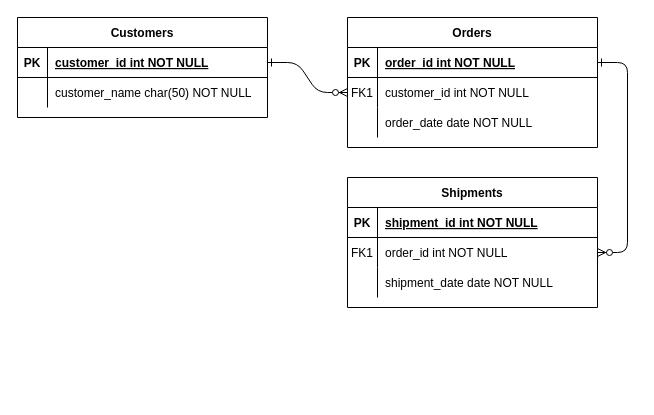
Earlier version of the draw.io diagram database.drawio (tori-ebi-tempura/lab-calendar). Source tidied: cells renumbered, new cells numbered last; positions are measured from the earlier drawing's top-left corner, leaving out a move shared by most shapes. Both pictures are drawn from the tidied source at 100%, with x=0, y=0 at pixel (17, 17).
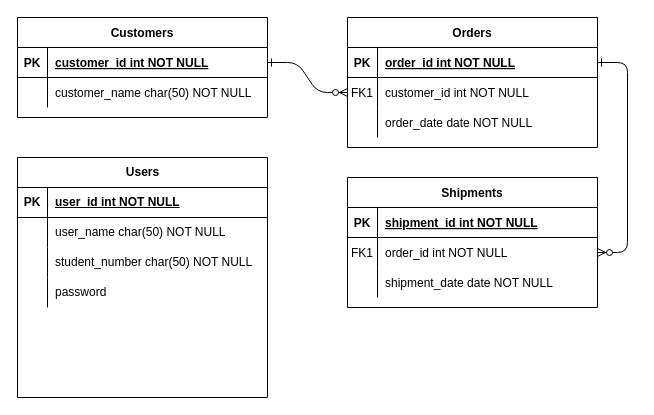
Above is the later version.

Commit message:
update: Usersテーブルの作成

The edit, as a diff of the source:
```diff
@@
+    <mxCell id="31" value="Users" style="shape=table;startSize=30;childLayout=tableLayout;rowLines=0;fontStyle=1;align=center;html=1;" parent="1" vertex="1">
+      <mxGeometry y="140" width="250" height="240" as="geometry" />
+    </mxCell>
+    <mxCell id="32" style="shape=tableRow;horizontal=0;startSize=0;swimlaneHead=0;swimlaneBody=0;fillColor=none;top=0;left=0;right=0;bottom=1;" parent="31" vertex="1">
+      <mxGeometry y="30" width="250" height="30" as="geometry" />
+    </mxCell>
+    <mxCell id="33" value="PK" style="shape=partialRectangle;fillColor=none;top=0;left=0;bottom=0;right=0;fontStyle=1;overflow=hidden;whiteSpace=wrap;html=1;" parent="32" vertex="1">
+      <mxGeometry width="30" height="30" as="geometry" />
+    </mxCell>
+    <mxCell id="34" value="user_id int NOT NULL" style="shape=partialRectangle;fillColor=none;top=0;left=0;bottom=0;right=0;align=left;spacingLeft=6;fontStyle=5;overflow=hidden;whiteSpace=wrap;html=1;" parent="32" vertex="1">
+      <mxGeometry x="30" width="220" height="30" as="geometry" />
+    </mxCell>
+    <mxCell id="35" style="shape=tableRow;horizontal=0;startSize=0;swimlaneHead=0;swimlaneBody=0;fillColor=none;top=0;left=0;right=0;bottom=0;" parent="31" vertex="1">
+      <mxGeometry y="60" width="250" height="30" as="geometry" />
+    </mxCell>
+    <mxCell id="36" style="shape=partialRectangle;fillColor=none;top=0;left=0;bottom=0;right=0;overflow=hidden;whiteSpace=wrap;html=1;" parent="35" vertex="1">
+      <mxGeometry width="30" height="30" as="geometry" />
+    </mxCell>
+    <mxCell id="37" value="user_name char(50) NOT NULL" style="shape=partialRectangle;fillColor=none;top=0;left=0;bottom=0;right=0;align=left;spacingLeft=6;overflow=hidden;whiteSpace=wrap;html=1;" parent="35" vertex="1">
+      <mxGeometry x="30" width="220" height="30" as="geometry" />
+    </mxCell>
+    <mxCell id="38" style="shape=tableRow;horizontal=0;startSize=0;swimlaneHead=0;swimlaneBody=0;fillColor=none;top=0;left=0;right=0;bottom=0;" parent="31" vertex="1">
+      <mxGeometry y="90" width="250" height="30" as="geometry" />
+    </mxCell>
+    <mxCell id="39" style="shape=partialRectangle;fillColor=none;top=0;left=0;bottom=0;right=0;overflow=hidden;whiteSpace=wrap;html=1;" parent="38" vertex="1">
+      <mxGeometry width="30" height="30" as="geometry" />
+    </mxCell>
+    <mxCell id="40" value="student_number char(50) NOT NULL" style="shape=partialRectangle;fillColor=none;top=0;left=0;bottom=0;right=0;align=left;spacingLeft=6;overflow=hidden;whiteSpace=wrap;html=1;" parent="38" vertex="1">
+      <mxGeometry x="30" width="220" height="30" as="geometry" />
+    </mxCell>
+    <mxCell id="41" style="shape=tableRow;horizontal=0;startSize=0;swimlaneHead=0;swimlaneBody=0;fillColor=none;top=0;left=0;right=0;bottom=0;" parent="31" vertex="1">
+      <mxGeometry y="120" width="250" height="30" as="geometry" />
+    </mxCell>
+    <mxCell id="42" style="shape=partialRectangle;fillColor=none;top=0;left=0;bottom=0;right=0;overflow=hidden;whiteSpace=wrap;html=1;" parent="41" vertex="1">
+      <mxGeometry width="30" height="30" as="geometry" />
+    </mxCell>
+    <mxCell id="43" value="password" style="shape=partialRectangle;fillColor=none;top=0;left=0;bottom=0;right=0;align=left;spacingLeft=6;overflow=hidden;whiteSpace=wrap;html=1;" parent="41" vertex="1">
+      <mxGeometry x="30" width="220" height="30" as="geometry" />
+    </mxCell>
+    <mxCell id="44" style="shape=tableRow;horizontal=0;startSize=0;swimlaneHead=0;swimlaneBody=0;fillColor=none;top=0;left=0;right=0;bottom=0;" parent="1" vertex="1">
+      <mxGeometry x="10" y="270" width="250" height="30" as="geometry" />
+    </mxCell>
+    <mxCell id="45" style="shape=partialRectangle;fillColor=none;top=0;left=0;bottom=0;right=0;overflow=hidden;whiteSpace=wrap;html=1;" parent="44" vertex="1">
+      <mxGeometry width="30" height="30" as="geometry" />
+    </mxCell>
```
